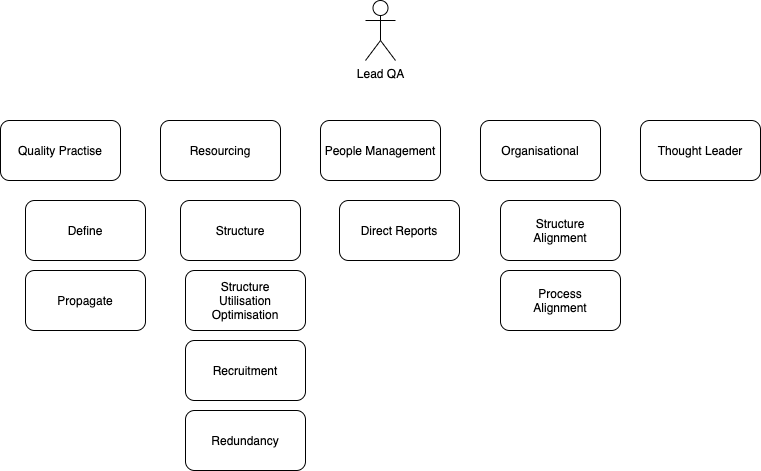
s-gurjit/diagrams keeps this draw.io diagram as career-planning/qa-lead-role.xml.png. Above is the earlier version. Source tidied: cells renumbered, new cells last; positions are measured from the earlier drawing's top-left corner, leaving out a move shared by most shapes.
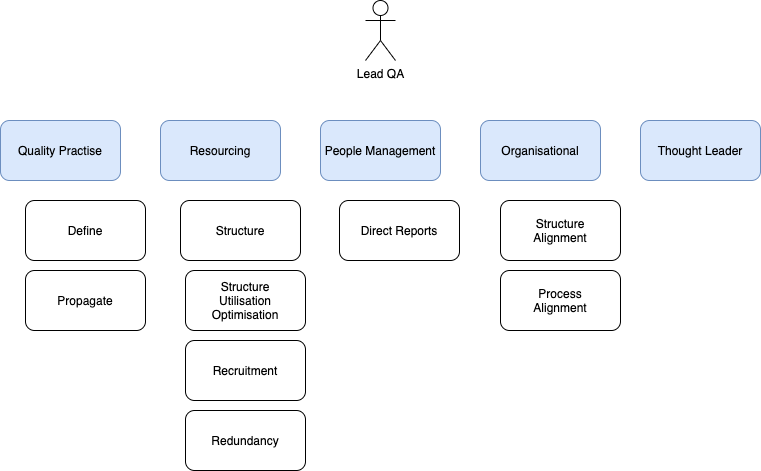
Above is the later version.

The edit, as a diff of the source:
```diff
@@ -5,13 +5,13 @@
     <mxCell id="2" value="Lead QA" style="shape=umlActor;verticalLabelPosition=bottom;labelBackgroundColor=#ffffff;verticalAlign=top;html=1;" parent="1" vertex="1">
       <mxGeometry x="365" width="30" height="60" as="geometry" />
     </mxCell>
-    <mxCell id="3" value="Quality Practise" style="rounded=1;whiteSpace=wrap;html=1;" parent="1" vertex="1">
+    <mxCell id="3" value="Quality Practise" style="rounded=1;whiteSpace=wrap;html=1;fillColor=#dae8fc;strokeColor=#6c8ebf;" parent="1" vertex="1">
       <mxGeometry y="120" width="120" height="60" as="geometry" />
     </mxCell>
     <mxCell id="4" value="Structure" style="rounded=1;whiteSpace=wrap;html=1;" parent="1" vertex="1">
       <mxGeometry x="180" y="200" width="120" height="60" as="geometry" />
     </mxCell>
-    <mxCell id="5" value="People Management" style="rounded=1;whiteSpace=wrap;html=1;" parent="1" vertex="1">
+    <mxCell id="5" value="People Management" style="rounded=1;whiteSpace=wrap;html=1;fillColor=#dae8fc;strokeColor=#6c8ebf;" parent="1" vertex="1">
       <mxGeometry x="320" y="120" width="120" height="60" as="geometry" />
     </mxCell>
     <mxCell id="6" value="Direct Reports" style="rounded=1;whiteSpace=wrap;html=1;" parent="1" vertex="1">
@@ -23,7 +23,7 @@
     <mxCell id="8" value="Propagate" style="rounded=1;whiteSpace=wrap;html=1;" parent="1" vertex="1">
       <mxGeometry x="25" y="270" width="120" height="60" as="geometry" />
     </mxCell>
-    <mxCell id="9" value="Resourcing" style="rounded=1;whiteSpace=wrap;html=1;" parent="1" vertex="1">
+    <mxCell id="9" value="Resourcing" style="rounded=1;whiteSpace=wrap;html=1;fillColor=#dae8fc;strokeColor=#6c8ebf;" parent="1" vertex="1">
       <mxGeometry x="160" y="120" width="120" height="60" as="geometry" />
     </mxCell>
     <mxCell id="10" value="Recruitment" style="rounded=1;whiteSpace=wrap;html=1;" parent="1" vertex="1">
@@ -35,7 +35,7 @@
     <mxCell id="12" value="Structure&lt;br&gt;Utilisation&lt;br&gt;Optimisation" style="rounded=1;whiteSpace=wrap;html=1;" parent="1" vertex="1">
       <mxGeometry x="185" y="270" width="120" height="60" as="geometry" />
     </mxCell>
-    <mxCell id="13" value="Organisational" style="rounded=1;whiteSpace=wrap;html=1;" parent="1" vertex="1">
+    <mxCell id="13" value="Organisational" style="rounded=1;whiteSpace=wrap;html=1;fillColor=#dae8fc;strokeColor=#6c8ebf;" parent="1" vertex="1">
       <mxGeometry x="480" y="120" width="120" height="60" as="geometry" />
     </mxCell>
     <mxCell id="14" value="Structure&lt;br&gt;Alignment" style="rounded=1;whiteSpace=wrap;html=1;" parent="1" vertex="1">
@@ -44,7 +44,7 @@
     <mxCell id="15" value="Process&lt;br&gt;Alignment" style="rounded=1;whiteSpace=wrap;html=1;" parent="1" vertex="1">
       <mxGeometry x="500" y="270" width="120" height="60" as="geometry" />
     </mxCell>
-    <mxCell id="16" value="Thought Leader" style="rounded=1;whiteSpace=wrap;html=1;" parent="1" vertex="1">
+    <mxCell id="16" value="Thought Leader" style="rounded=1;whiteSpace=wrap;html=1;fillColor=#dae8fc;strokeColor=#6c8ebf;" parent="1" vertex="1">
       <mxGeometry x="640" y="120" width="120" height="60" as="geometry" />
     </mxCell>
   </root>
```
